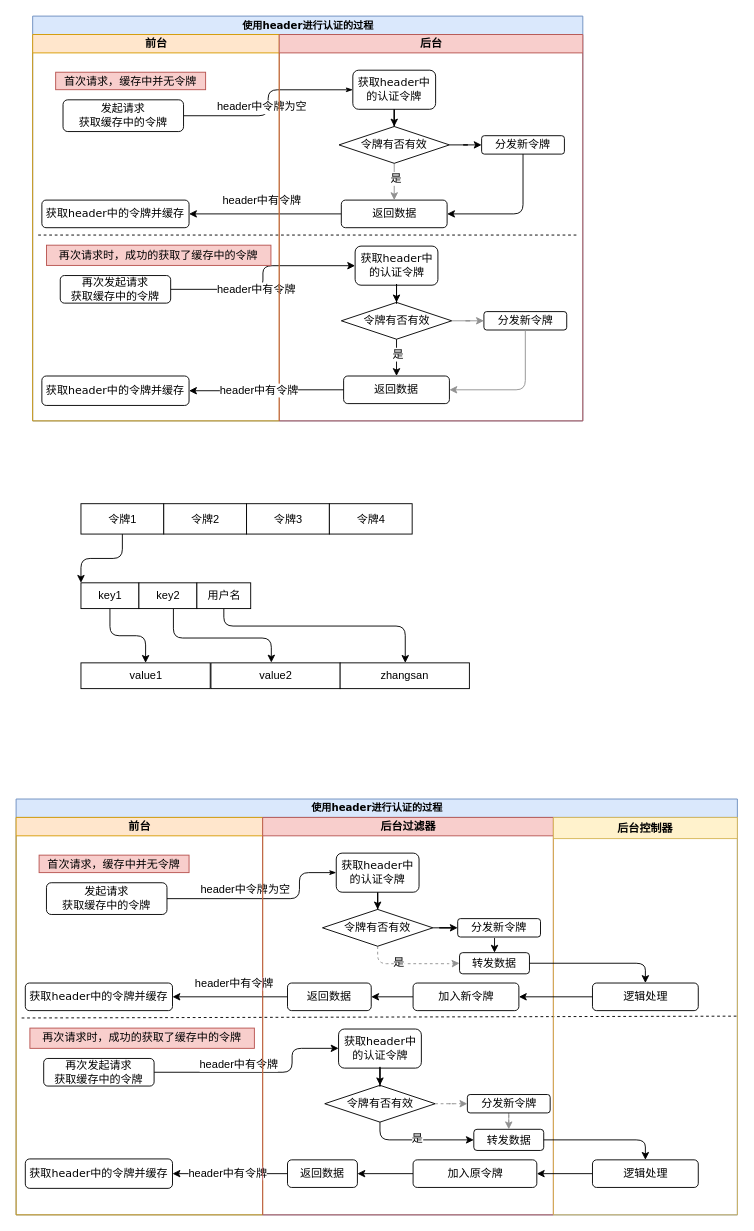
mengyunzhi/spring-boot-and-angular-guild keeps this draw.io diagram as doucment/5.0.drawio. Above is the earlier version. Source tidied: cells renumbered, new cells numbered last; positions are measured from the earlier drawing's top-left corner, leaving out a move shared by most shapes. Both pictures are drawn from the tidied source at 92%, with x=0, y=0 at pixel (16, 16).
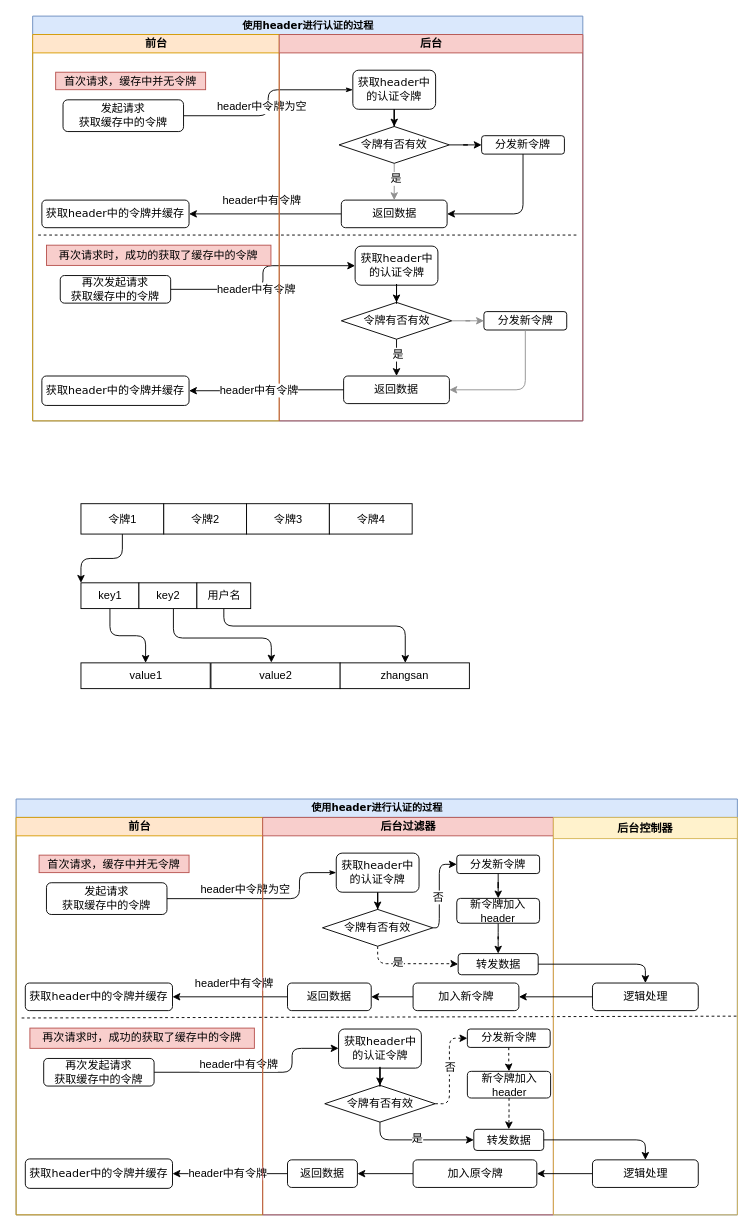
The same diagram, later.

The change refers to these unchanged cells:
```xml
<mxCell id="68" value="后台过滤器" style="swimlane;html=1;startSize=20;fillColor=#f8cecc;strokeColor=#b85450;" parent="52" vertex="1">
  <mxGeometry x="268" y="20" width="316" height="432" as="geometry" />
</mxCell>
<mxCell id="74" value="令牌有否有效" style="rhombus;whiteSpace=wrap;html=1;fontSize=12;" parent="68" vertex="1">
  <mxGeometry x="65" y="100" width="120" height="40" as="geometry" />
</mxCell>
<mxCell id="79" value="令牌有否有效" style="rhombus;whiteSpace=wrap;html=1;fontSize=12;" parent="68" vertex="1">
  <mxGeometry x="67.5" y="291.2" width="120" height="40" as="geometry" />
</mxCell>
<mxCell id="89" value="转发数据" style="rounded=1;whiteSpace=wrap;html=1;fontSize=12;" parent="68" vertex="1">
  <mxGeometry x="229.5" y="339" width="76" height="23" as="geometry" />
</mxCell>
```

Diff of the diagram source:
```diff
@@
-    <mxCell id="71" style="edgeStyle=orthogonalEdgeStyle;rounded=0;jettySize=auto;html=1;entryX=0;entryY=0.5;entryDx=0;entryDy=0;fontSize=12;strokeColor=#000000;" parent="68" edge="1" source="74" target="75">
-      <mxGeometry relative="1" as="geometry" />
+    <mxCell id="71" style="edgeStyle=orthogonalEdgeStyle;rounded=1;jettySize=auto;html=1;entryX=0;entryY=0.5;entryDx=0;entryDy=0;fontSize=12;strokeColor=#000000;" parent="68" edge="1" source="74" target="75">
+      <mxGeometry relative="1" as="geometry">
+        <Array as="points">
+          <mxPoint x="192" y="120" />
+          <mxPoint x="192" y="51" />
+        </Array>
+      </mxGeometry>
     </mxCell>
+    <mxCell id="101" value="否" style="text;html=1;align=center;verticalAlign=middle;labelBackgroundColor=#ffffff;" parent="71" vertex="1">
+      <mxGeometry x="-0.14" y="2" relative="1" as="geometry" />
+    </mxCell>
-    <mxCell id="72" style="edgeStyle=orthogonalEdgeStyle;rounded=1;jettySize=auto;html=1;entryX=0;entryY=0.5;entryDx=0;entryDy=0;strokeColor=#919191;dashed=1;" parent="68" edge="1" source="74" target="87">
+    <mxCell id="72" style="edgeStyle=orthogonalEdgeStyle;rounded=1;jettySize=auto;html=1;entryX=0;entryY=0.5;entryDx=0;entryDy=0;strokeColor=#000000;dashed=1;" parent="68" edge="1" source="74" target="87">
       <mxGeometry relative="1" as="geometry">
         <Array as="points">
           <mxPoint x="125" y="159" />
           <mxPoint x="205" y="159" />
         </Array>
       </mxGeometry>
     </mxCell>
@@
+    <mxCell id="102" style="edgeStyle=orthogonalEdgeStyle;rounded=1;jettySize=auto;html=1;" parent="68" edge="1" source="75" target="104">
+      <mxGeometry relative="1" as="geometry" />
+    </mxCell>
     <mxCell id="75" value="分发新令牌" style="rounded=1;whiteSpace=wrap;html=1;fontSize=12;" parent="68" vertex="1">
-      <mxGeometry x="212" y="110" width="90" height="20" as="geometry" />
+      <mxGeometry x="211" y="41" width="90" height="20" as="geometry" />
     </mxCell>
+    <mxCell id="103" style="edgeStyle=orthogonalEdgeStyle;rounded=1;jettySize=auto;html=1;entryX=0.5;entryY=0;entryDx=0;entryDy=0;" parent="68" edge="1" source="104" target="87">
+      <mxGeometry relative="1" as="geometry" />
+    </mxCell>
+    <mxCell id="104" value="新令牌加入header" style="rounded=1;whiteSpace=wrap;html=1;fontSize=12;" parent="68" vertex="1">
+      <mxGeometry x="211" y="88" width="90" height="27" as="geometry" />
+    </mxCell>
@@
-    <mxCell id="81" style="edgeStyle=orthogonalEdgeStyle;rounded=1;jettySize=auto;html=1;strokeColor=#919191;dashed=1;" parent="68" edge="1" source="82" target="89">
-      <mxGeometry relative="1" as="geometry" />
-    </mxCell>
+    <mxCell id="105" style="edgeStyle=orthogonalEdgeStyle;rounded=1;jettySize=auto;html=1;dashed=1;" parent="68" edge="1" source="82" target="107">
+      <mxGeometry relative="1" as="geometry" />
+    </mxCell>
     <mxCell id="82" value="分发新令牌" style="rounded=1;whiteSpace=wrap;html=1;fontSize=12;" parent="68" vertex="1">
-      <mxGeometry x="222.5" y="301.2" width="90" height="20" as="geometry" />
+      <mxGeometry x="222.5" y="230" width="90" height="20" as="geometry" />
     </mxCell>
+    <mxCell id="106" style="edgeStyle=orthogonalEdgeStyle;rounded=1;jettySize=auto;html=1;entryX=0.5;entryY=0;entryDx=0;entryDy=0;dashed=1;" parent="68" edge="1" source="107" target="89">
+      <mxGeometry relative="1" as="geometry" />
+    </mxCell>
+    <mxCell id="107" value="新令牌加入header" style="rounded=1;whiteSpace=wrap;html=1;fontSize=12;" parent="68" vertex="1">
+      <mxGeometry x="222.5" y="276" width="90.5" height="29" as="geometry" />
+    </mxCell>
-    <mxCell id="83" style="edgeStyle=orthogonalEdgeStyle;rounded=0;jettySize=auto;html=1;entryX=0;entryY=0.5;entryDx=0;entryDy=0;fontSize=12;strokeColor=#919191;dashed=1;" parent="68" edge="1" source="79" target="82">
-      <mxGeometry relative="1" as="geometry" />
+    <mxCell id="83" style="edgeStyle=orthogonalEdgeStyle;rounded=1;jettySize=auto;html=1;entryX=0;entryY=0.5;entryDx=0;entryDy=0;fontSize=12;strokeColor=#000000;dashed=1;" parent="68" edge="1" source="79" target="82">
+      <mxGeometry relative="1" as="geometry">
+        <Array as="points">
+          <mxPoint x="203" y="311" />
+          <mxPoint x="203" y="240" />
+        </Array>
+      </mxGeometry>
     </mxCell>
+    <mxCell id="108" value="否" style="text;html=1;align=center;verticalAlign=middle;labelBackgroundColor=#ffffff;" parent="83" vertex="1">
+      <mxGeometry x="0.03" relative="1" as="geometry" />
+    </mxCell>
@@
     <mxCell id="87" value="转发数据" style="rounded=1;whiteSpace=wrap;html=1;fontSize=12;" parent="68" vertex="1">
-      <mxGeometry x="214" y="147" width="76" height="23" as="geometry" />
+      <mxGeometry x="212.5" y="148" width="87" height="23" as="geometry" />
     </mxCell>
-    <mxCell id="88" style="edgeStyle=orthogonalEdgeStyle;rounded=1;jettySize=auto;html=1;entryX=0.5;entryY=0;entryDx=0;entryDy=0;fontSize=12;exitX=0.445;exitY=1.055;exitDx=0;exitDy=0;strokeColor=#000000;exitPerimeter=0;" parent="68" edge="1" source="75" target="87">
-      <mxGeometry relative="1" as="geometry" />
-    </mxCell>
```
